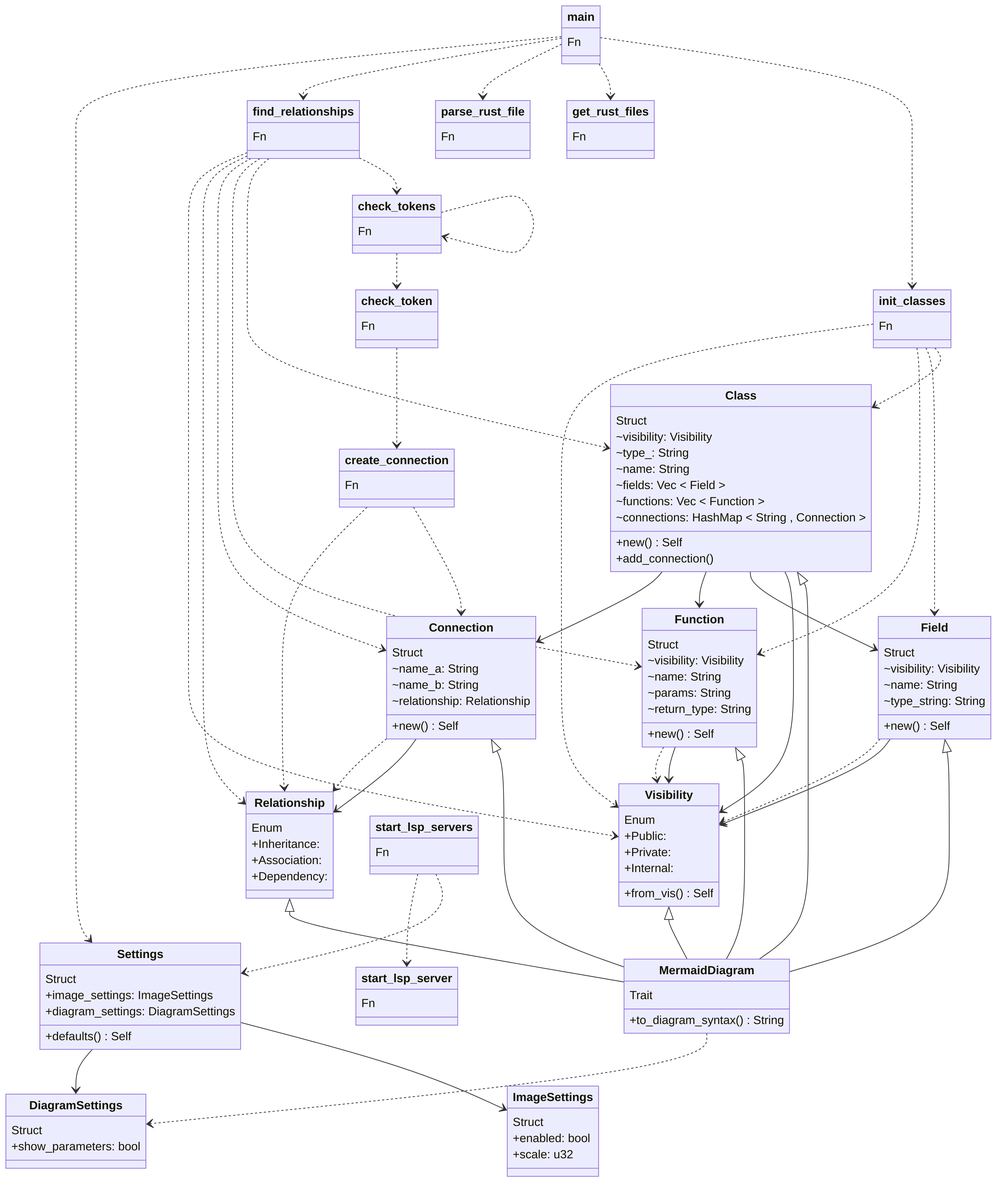
Before: diagram.png, a diagram exported from Mermaid (gusjengis/mermaid-class-diagrams). Its source is kept beside it as diagram.mmd.
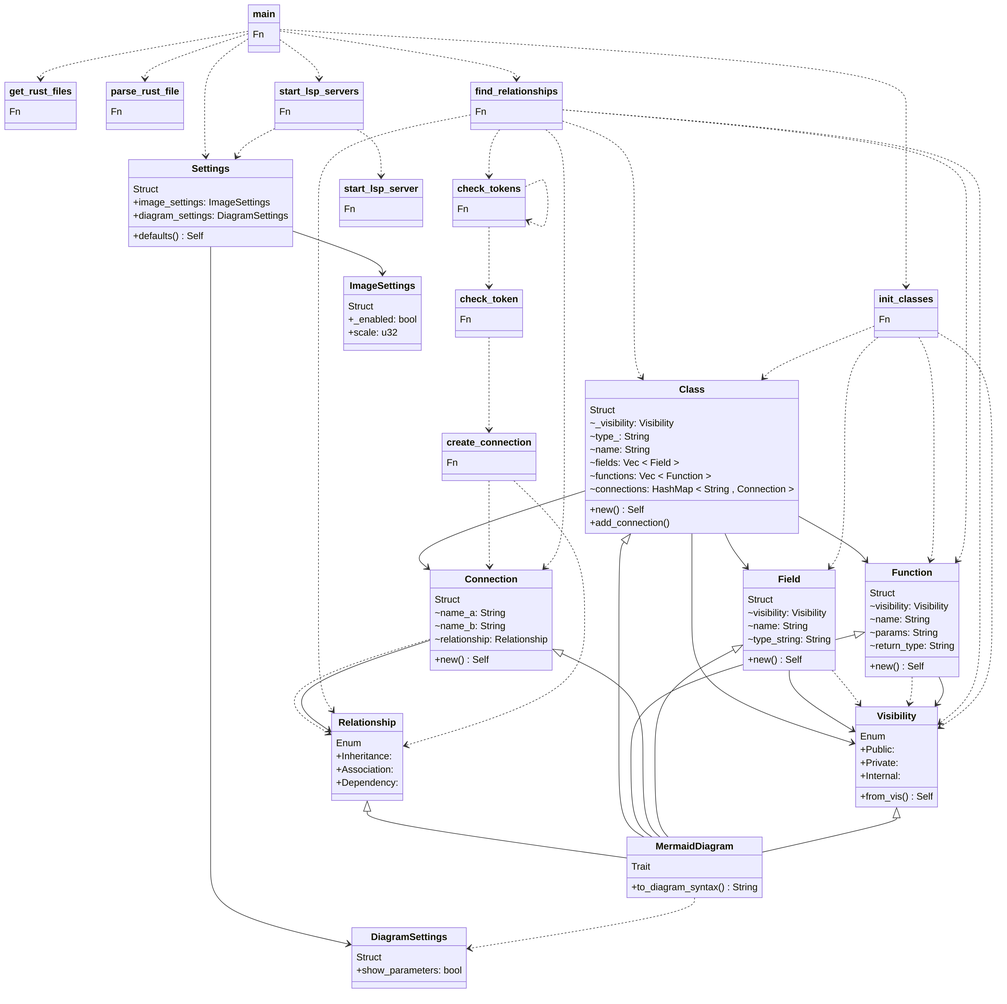
The same diagram one commit later.

Diff of the diagram source:
```diff
@@ -23,12 +23,12 @@
 +to_diagram_syntax() String
 }
 
+Relationship <|-- MermaidDiagram
+Class <|-- MermaidDiagram
+Function <|-- MermaidDiagram
 Connection <|-- MermaidDiagram
-Function <|-- MermaidDiagram
 Field <|-- MermaidDiagram
-Class <|-- MermaidDiagram
 Visibility <|-- MermaidDiagram
-Relationship <|-- MermaidDiagram
 
 class find_relationships {
 Fn
@@ -57,7 +57,7 @@
 
 class Class {
 Struct
-~visibility: Visibility
+~_visibility: Visibility
 ~type_: String
 ~name: String
 ~fields: Vec < Field >
@@ -67,11 +67,11 @@
 +add_connection()
 }
 
+Class --> Function
 Class --> Visibility
+find_relationships ..> Class
 Class --> Field
 init_classes ..> Class
-find_relationships ..> Class
-Class --> Function
 Class --> Connection
 
 class Field {
@@ -82,9 +82,9 @@
 +new() Self
 }
 
-init_classes ..> Field
 Field --> Visibility
 Field ..> Visibility
+init_classes ..> Field
 
 class Function {
 Struct
@@ -96,9 +96,9 @@
 }
 
 init_classes ..> Function
+Function ..> Visibility
 Function --> Visibility
 find_relationships ..> Function
-Function ..> Visibility
 
 class Connection {
 Struct
@@ -108,10 +108,10 @@
 +new() Self
 }
 
-Connection --> Relationship
-find_relationships ..> Connection
 Connection ..> Relationship
 create_connection ..> Connection
+find_relationships ..> Connection
+Connection --> Relationship
 
 class Relationship {
 Enum
@@ -120,8 +120,8 @@
 +Dependency:
 }
 
+find_relationships ..> Relationship
 create_connection ..> Relationship
-find_relationships ..> Relationship
 
 class Visibility {
 Enum
@@ -142,13 +142,13 @@
 }
 
 main ..> Settings
+Settings --> DiagramSettings
 Settings --> ImageSettings
-Settings --> DiagramSettings
 start_lsp_servers ..> Settings
 
 class ImageSettings {
 Struct
-+enabled: bool
++_enabled: bool
 +scale: u32
 }
 
@@ -169,6 +169,7 @@
 Fn
 }
 
+main ..> start_lsp_servers
 
 class start_lsp_server {
 Fn
```
